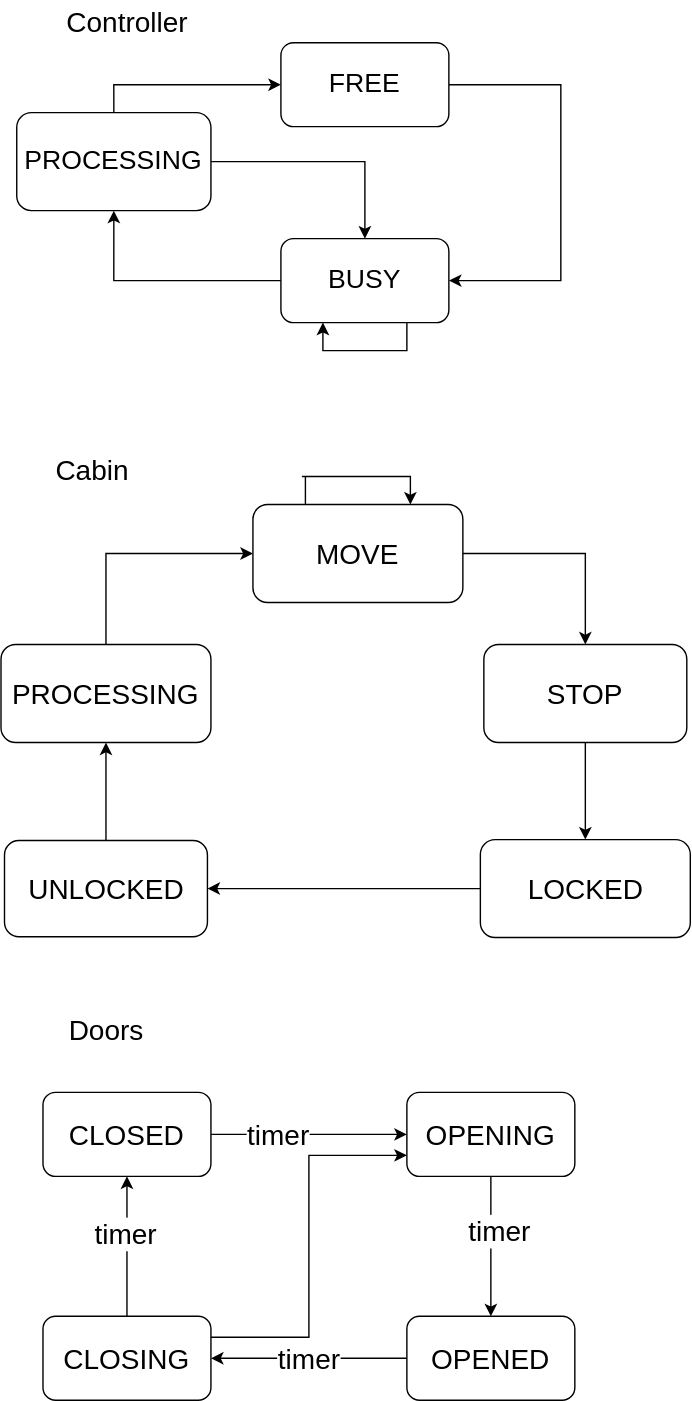
Earlier version of the draw.io export lab_04/docs/lab_04.svg (ivaaahn/bmstu-oop). Source tidied: cells renumbered, new cells last; positions are measured from the earlier drawing's top-left corner, leaving out a move shared by most shapes.
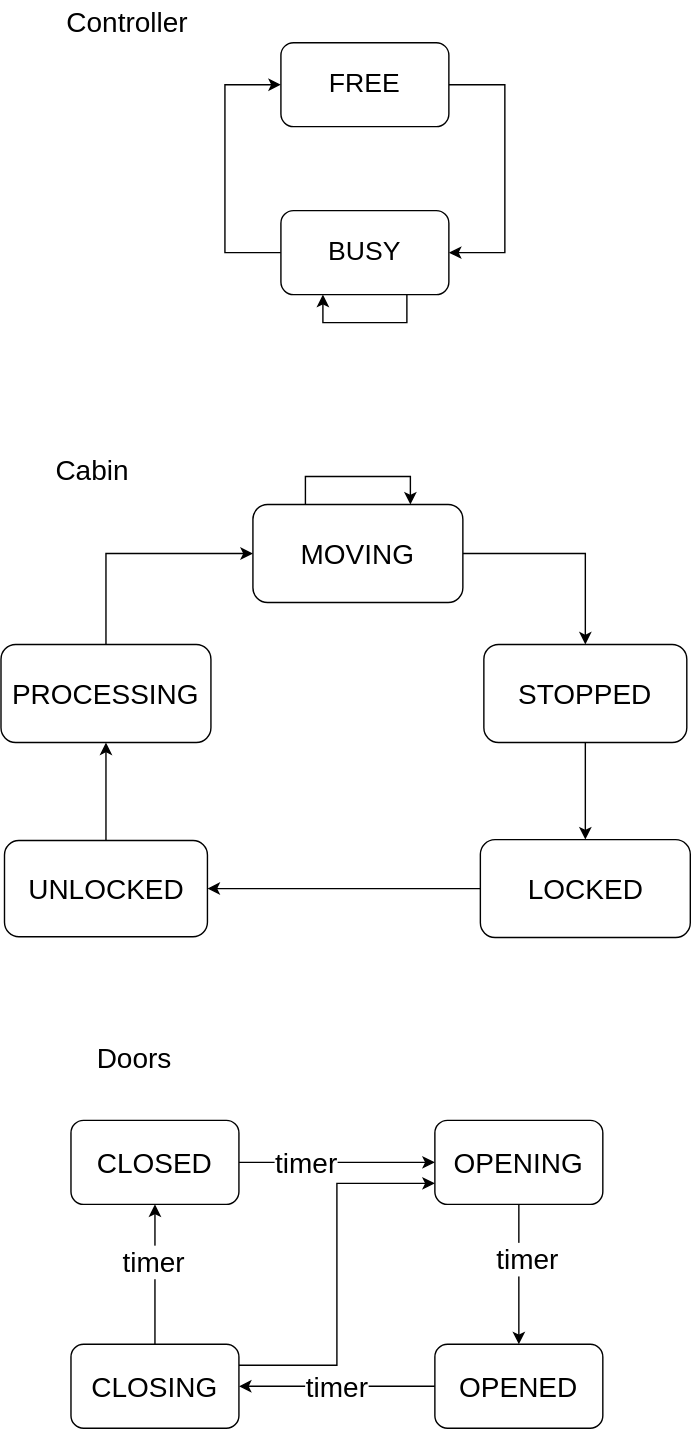
After the change.

Commit message:
Diagram updated & refactoring states names

The edit, as a diff of the source:
```diff
@@ -5,8 +5,8 @@
     <mxCell id="2" style="edgeStyle=orthogonalEdgeStyle;rounded=0;jettySize=auto;html=1;exitX=1;exitY=0.5;exitDx=0;exitDy=0;fontSize=20;entryX=1;entryY=0.5;entryDx=0;entryDy=0;" parent="1" edge="1" source="3" target="7">
       <mxGeometry relative="1" as="geometry">
         <Array as="points">
-          <mxPoint x="400" y="60" />
-          <mxPoint x="400" y="200" />
+          <mxPoint x="360" y="60" />
+          <mxPoint x="360" y="180" />
         </Array>
       </mxGeometry>
     </mxCell>
@@ -16,14 +16,19 @@
     <mxCell id="4" style="edgeStyle=orthogonalEdgeStyle;rounded=0;jettySize=auto;html=1;exitX=0.5;exitY=1;exitDx=0;exitDy=0;fontSize=20;entryX=0.5;entryY=0;entryDx=0;entryDy=0;" parent="1" edge="1" source="5" target="29">
       <mxGeometry relative="1" as="geometry" />
     </mxCell>
-    <mxCell id="5" value="STOP" style="rounded=1;whiteSpace=wrap;html=1;fontSize=20;" parent="1" vertex="1">
+    <mxCell id="5" value="STOPPED" style="rounded=1;whiteSpace=wrap;html=1;fontSize=20;" parent="1" vertex="1">
       <mxGeometry x="345" y="460" width="145" height="70" as="geometry" />
     </mxCell>
-    <mxCell id="6" style="edgeStyle=orthogonalEdgeStyle;rounded=0;jettySize=auto;html=1;exitX=0;exitY=0.5;exitDx=0;exitDy=0;entryX=0.5;entryY=1;entryDx=0;entryDy=0;fontSize=20;" parent="1" edge="1" source="7" target="35">
-      <mxGeometry relative="1" as="geometry" />
-    </mxCell>
+    <mxCell id="36" style="edgeStyle=orthogonalEdgeStyle;rounded=0;jettySize=auto;html=1;exitX=0;exitY=0.5;exitDx=0;exitDy=0;entryX=0;entryY=0.5;entryDx=0;entryDy=0;" parent="1" edge="1" source="7" target="3">
+      <mxGeometry relative="1" as="geometry">
+        <Array as="points">
+          <mxPoint x="160" y="180" />
+          <mxPoint x="160" y="60" />
+        </Array>
+      </mxGeometry>
+    </mxCell>
     <mxCell id="7" value="BUSY" style="rounded=1;whiteSpace=wrap;html=1;fontSize=19;" parent="1" vertex="1">
-      <mxGeometry x="200" y="170" width="120" height="60" as="geometry" />
+      <mxGeometry x="200" y="150" width="120" height="60" as="geometry" />
     </mxCell>
     <mxCell id="8" style="edgeStyle=orthogonalEdgeStyle;rounded=0;orthogonalLoop=1;jettySize=auto;html=1;exitX=0.75;exitY=1;exitDx=0;exitDy=0;entryX=0.25;entryY=1;entryDx=0;entryDy=0;fontSize=19;" parent="1" edge="1" source="7" target="7">
       <mxGeometry relative="1" as="geometry" />
@@ -31,7 +36,7 @@
     <mxCell id="9" style="edgeStyle=orthogonalEdgeStyle;rounded=0;jettySize=auto;html=1;exitX=1;exitY=0.5;exitDx=0;exitDy=0;entryX=0.5;entryY=0;entryDx=0;entryDy=0;fontSize=20;" parent="1" edge="1" source="10" target="5">
       <mxGeometry relative="1" as="geometry" />
     </mxCell>
-    <mxCell id="10" value="MOVE" style="rounded=1;whiteSpace=wrap;html=1;fontSize=20;" parent="1" vertex="1">
+    <mxCell id="10" value="MOVING" style="rounded=1;whiteSpace=wrap;html=1;fontSize=20;" parent="1" vertex="1">
       <mxGeometry x="180" y="360" width="150" height="70" as="geometry" />
     </mxCell>
     <mxCell id="11" style="edgeStyle=orthogonalEdgeStyle;rounded=0;jettySize=auto;html=1;exitX=0.5;exitY=0;exitDx=0;exitDy=0;entryX=0.5;entryY=1;entryDx=0;entryDy=0;fontSize=20;" parent="1" edge="1" source="12" target="31">
@@ -47,7 +52,7 @@
       <mxGeometry x="-0.24" y="5" relative="1" as="geometry" />
     </mxCell>
     <mxCell id="15" value="OPENING" style="rounded=1;whiteSpace=wrap;html=1;fontSize=20;" parent="1" vertex="1">
-      <mxGeometry x="290" y="780" width="120" height="60" as="geometry" />
+      <mxGeometry x="310" y="800" width="120" height="60" as="geometry" />
     </mxCell>
     <mxCell id="16" style="edgeStyle=orthogonalEdgeStyle;rounded=0;jettySize=auto;html=1;exitX=1;exitY=0.5;exitDx=0;exitDy=0;entryX=0;entryY=0.5;entryDx=0;entryDy=0;fontSize=20;" parent="1" edge="1" source="18" target="15">
       <mxGeometry relative="1" as="geometry" />
@@ -56,18 +61,18 @@
       <mxGeometry x="-0.33" y="1" relative="1" as="geometry" />
     </mxCell>
     <mxCell id="18" value="CLOSED" style="rounded=1;whiteSpace=wrap;html=1;fontSize=20;" parent="1" vertex="1">
-      <mxGeometry x="30" y="780" width="120" height="60" as="geometry" />
+      <mxGeometry x="50" y="800" width="120" height="60" as="geometry" />
     </mxCell>
     <mxCell id="19" value="&lt;meta charset=&quot;utf-8&quot; style=&quot;font-size: 20px;&quot;&gt;&lt;span style=&quot;color: rgb(0, 0, 0); font-family: helvetica; font-size: 20px; font-style: normal; font-weight: 400; letter-spacing: normal; text-align: center; text-indent: 0px; text-transform: none; word-spacing: 0px; background-color: rgb(255, 255, 255); display: inline; float: none;&quot;&gt;timer&lt;/span&gt;" style="edgeStyle=orthogonalEdgeStyle;rounded=0;jettySize=auto;html=1;exitX=0;exitY=0.5;exitDx=0;exitDy=0;entryX=1;entryY=0.5;entryDx=0;entryDy=0;fontSize=20;" parent="1" edge="1" source="20" target="24">
       <mxGeometry relative="1" as="geometry">
         <Array as="points">
-          <mxPoint x="240" y="970" />
-          <mxPoint x="240" y="970" />
+          <mxPoint x="260" y="990" />
+          <mxPoint x="260" y="990" />
         </Array>
       </mxGeometry>
     </mxCell>
     <mxCell id="20" value="OPENED" style="rounded=1;whiteSpace=wrap;html=1;fontSize=20;" parent="1" vertex="1">
-      <mxGeometry x="290" y="940" width="120" height="60" as="geometry" />
+      <mxGeometry x="310" y="960" width="120" height="60" as="geometry" />
     </mxCell>
     <mxCell id="21" style="edgeStyle=orthogonalEdgeStyle;rounded=0;jettySize=auto;html=1;exitX=0.5;exitY=0;exitDx=0;exitDy=0;entryX=0.5;entryY=1;entryDx=0;entryDy=0;fontSize=20;" parent="1" edge="1" source="24" target="18">
       <mxGeometry relative="1" as="geometry" />
@@ -78,16 +83,16 @@
     <mxCell id="23" style="edgeStyle=orthogonalEdgeStyle;rounded=0;jettySize=auto;html=1;exitX=1;exitY=0.25;exitDx=0;exitDy=0;entryX=0;entryY=0.75;entryDx=0;entryDy=0;fontSize=20;" parent="1" edge="1" source="24" target="15">
       <mxGeometry relative="1" as="geometry">
         <Array as="points">
-          <mxPoint x="220" y="955" />
-          <mxPoint x="220" y="825" />
+          <mxPoint x="240" y="975" />
+          <mxPoint x="240" y="845" />
         </Array>
       </mxGeometry>
     </mxCell>
     <mxCell id="24" value="CLOSING" style="rounded=1;whiteSpace=wrap;html=1;fontSize=20;" parent="1" vertex="1">
-      <mxGeometry x="30" y="940" width="120" height="60" as="geometry" />
+      <mxGeometry x="50" y="960" width="120" height="60" as="geometry" />
     </mxCell>
     <mxCell id="25" value="Doors" style="text;html=1;align=center;verticalAlign=middle;strokeColor=none;fontSize=20;" parent="1" vertex="1">
-      <mxGeometry x="40" y="720" width="70" height="30" as="geometry" />
+      <mxGeometry x="60" y="740" width="70" height="30" as="geometry" />
     </mxCell>
     <mxCell id="26" value="Cabin" style="text;html=1;align=center;verticalAlign=middle;strokeColor=none;fontSize=20;" parent="1" vertex="1">
       <mxGeometry x="30" y="320" width="70" height="30" as="geometry" />
@@ -110,19 +115,10 @@
     <mxCell id="32" style="edgeStyle=orthogonalEdgeStyle;rounded=0;orthogonalLoop=1;jettySize=auto;html=1;exitX=0.25;exitY=0;exitDx=0;exitDy=0;entryX=0.75;entryY=0;entryDx=0;entryDy=0;fontSize=20;" parent="1" edge="1" source="10" target="10">
       <mxGeometry relative="1" as="geometry">
         <Array as="points">
-          <mxPoint x="215" y="340" />
-          <mxPoint x="285" y="340" />
+          <mxPoint x="218" y="340" />
+          <mxPoint x="293" y="340" />
         </Array>
       </mxGeometry>
     </mxCell>
-    <mxCell id="33" style="edgeStyle=orthogonalEdgeStyle;rounded=0;jettySize=auto;html=1;exitX=0.5;exitY=0;exitDx=0;exitDy=0;entryX=0;entryY=0.5;entryDx=0;entryDy=0;fontSize=20;" parent="1" edge="1" source="35" target="3">
-      <mxGeometry relative="1" as="geometry" />
-    </mxCell>
-    <mxCell id="34" style="edgeStyle=orthogonalEdgeStyle;rounded=0;jettySize=auto;html=1;exitX=1;exitY=0.5;exitDx=0;exitDy=0;entryX=0.5;entryY=0;entryDx=0;entryDy=0;fontSize=20;" parent="1" edge="1" source="35" target="7">
-      <mxGeometry relative="1" as="geometry" />
-    </mxCell>
-    <mxCell id="35" value="PROCESSING&lt;br&gt;" style="rounded=1;whiteSpace=wrap;html=1;fontSize=19;" parent="1" vertex="1">
-      <mxGeometry x="11.2" y="80" width="138.8" height="70" as="geometry" />
-    </mxCell>
   </root>
 </mxGraphModel>
```
